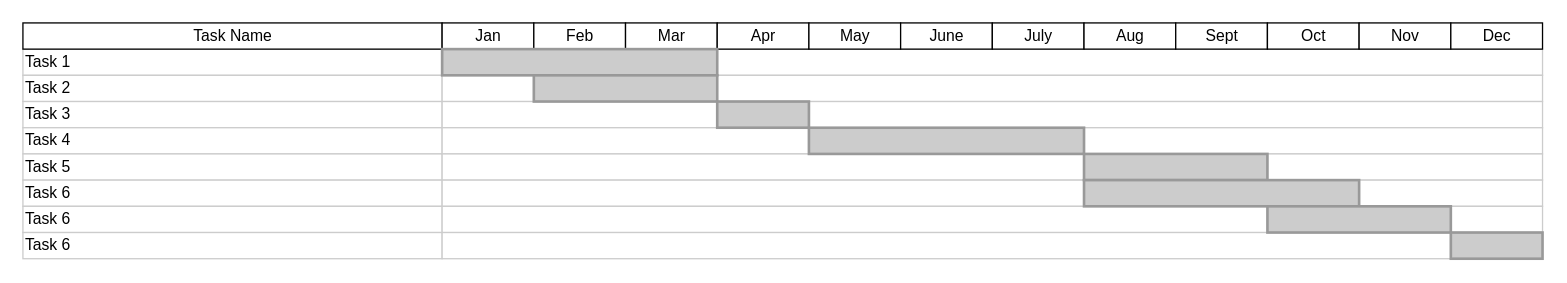
Earlier version of the draw.io diagram 未命名绘图.drawio (ThisisXXZ/catcher-smoke-test). Source tidied: cells renumbered, new cells numbered last; positions are measured from the earlier drawing's top-left corner, leaving out a move shared by most shapes. Both pictures are drawn from the tidied source at 131%, with x=0, y=0 at pixel (22, 22).
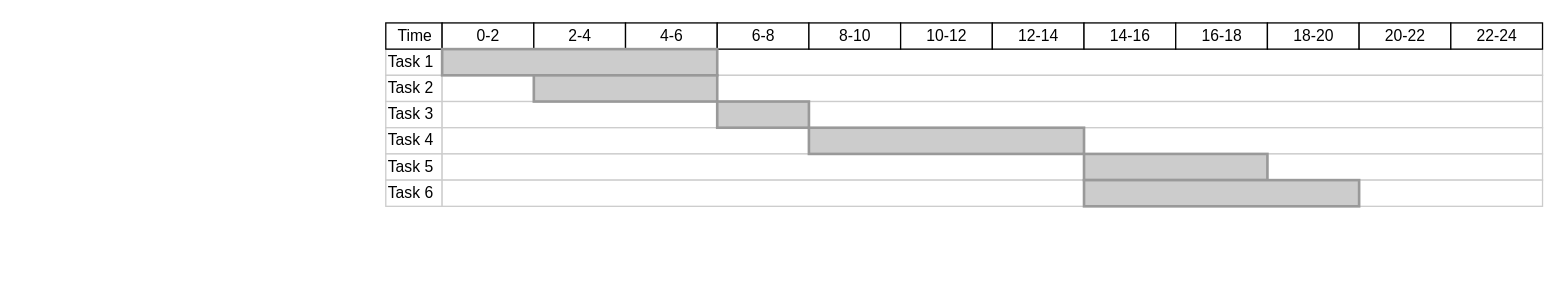
Above is the later version.

Commit message (it also covers changes not shown here):
更新未命名绘图.drawio

Diff of the diagram source:
```diff
@@
     <mxCell id="2" value="Task 1" style="align=left;strokeColor=#CCCCCC;html=1;" parent="1" vertex="1">
-      <mxGeometry y="20" width="320" height="20" as="geometry" />
+      <mxGeometry x="277" y="20" width="43" height="20" as="geometry" />
     </mxCell>
     <mxCell id="3" value="Task 2" style="align=left;strokeColor=#CCCCCC;html=1;" parent="1" vertex="1">
-      <mxGeometry y="40" width="320" height="20" as="geometry" />
+      <mxGeometry x="277" y="40" width="43" height="20" as="geometry" />
     </mxCell>
     <mxCell id="4" value="Task 3" style="align=left;strokeColor=#CCCCCC;html=1;" parent="1" vertex="1">
-      <mxGeometry y="60" width="320" height="20" as="geometry" />
+      <mxGeometry x="277" y="60" width="43" height="20" as="geometry" />
     </mxCell>
     <mxCell id="5" value="Task 4" style="align=left;strokeColor=#CCCCCC;html=1;" parent="1" vertex="1">
-      <mxGeometry y="80" width="320" height="20" as="geometry" />
+      <mxGeometry x="277" y="80" width="43" height="20" as="geometry" />
     </mxCell>
     <mxCell id="6" value="Task 5" style="align=left;strokeColor=#CCCCCC;html=1;" parent="1" vertex="1">
-      <mxGeometry y="100" width="320" height="20" as="geometry" />
+      <mxGeometry x="277" y="100" width="43" height="20" as="geometry" />
     </mxCell>
     <mxCell id="7" value="Task 6" style="align=left;strokeColor=#CCCCCC;html=1;" parent="1" vertex="1">
-      <mxGeometry y="120" width="320" height="20" as="geometry" />
+      <mxGeometry x="277" y="120" width="43" height="20" as="geometry" />
     </mxCell>
-    <mxCell id="8" value="Task Name" style="strokeWidth=1;fontStyle=0;html=1;" parent="1" vertex="1">
-      <mxGeometry width="320" height="20" as="geometry" />
+    <mxCell id="8" value="Time" style="strokeWidth=1;fontStyle=0;html=1;" parent="1" vertex="1">
+      <mxGeometry x="277" width="43" height="20" as="geometry" />
     </mxCell>
-    <mxCell id="9" value="Task 6" style="align=left;strokeColor=#CCCCCC;html=1;" parent="1" vertex="1">
-      <mxGeometry y="140" width="320" height="20" as="geometry" />
-    </mxCell>
-    <mxCell id="10" value="Task 6" style="align=left;strokeColor=#CCCCCC;html=1;" parent="1" vertex="1">
-      <mxGeometry y="160" width="320" height="20" as="geometry" />
-    </mxCell>
@@
-    <mxCell id="12" value="Jan" style="strokeWidth=1;fontStyle=0;html=1;" parent="1" vertex="1">
+    <mxCell id="12" value="0-2" style="strokeWidth=1;fontStyle=0;html=1;" parent="1" vertex="1">
       <mxGeometry x="320" width="70" height="20" as="geometry" />
     </mxCell>
-    <mxCell id="13" value="Feb" style="strokeWidth=1;fontStyle=0;html=1;" parent="1" vertex="1">
+    <mxCell id="13" value="2-4" style="strokeWidth=1;fontStyle=0;html=1;" parent="1" vertex="1">
       <mxGeometry x="390" width="70" height="20" as="geometry" />
     </mxCell>
-    <mxCell id="14" value="Mar" style="strokeWidth=1;fontStyle=0;html=1;" parent="1" vertex="1">
+    <mxCell id="14" value="4-6" style="strokeWidth=1;fontStyle=0;html=1;" parent="1" vertex="1">
       <mxGeometry x="460" width="70" height="20" as="geometry" />
     </mxCell>
-    <mxCell id="15" value="Apr" style="strokeWidth=1;fontStyle=0;html=1;" parent="1" vertex="1">
+    <mxCell id="15" value="6-8" style="strokeWidth=1;fontStyle=0;html=1;" parent="1" vertex="1">
       <mxGeometry x="530" width="70" height="20" as="geometry" />
     </mxCell>
-    <mxCell id="16" value="May" style="strokeWidth=1;fontStyle=0;html=1;" parent="1" vertex="1">
+    <mxCell id="16" value="8-10" style="strokeWidth=1;fontStyle=0;html=1;" parent="1" vertex="1">
       <mxGeometry x="600" width="70" height="20" as="geometry" />
     </mxCell>
-    <mxCell id="17" value="June" style="strokeWidth=1;fontStyle=0;html=1;" parent="1" vertex="1">
+    <mxCell id="17" value="10-12" style="strokeWidth=1;fontStyle=0;html=1;" parent="1" vertex="1">
       <mxGeometry x="670" width="70" height="20" as="geometry" />
     </mxCell>
-    <mxCell id="18" value="July" style="strokeWidth=1;fontStyle=0;html=1;" parent="1" vertex="1">
+    <mxCell id="18" value="12-14" style="strokeWidth=1;fontStyle=0;html=1;" parent="1" vertex="1">
       <mxGeometry x="740" width="70" height="20" as="geometry" />
     </mxCell>
-    <mxCell id="19" value="Aug" style="strokeWidth=1;fontStyle=0;html=1;" parent="1" vertex="1">
+    <mxCell id="19" value="14-16" style="strokeWidth=1;fontStyle=0;html=1;" parent="1" vertex="1">
       <mxGeometry x="810" width="70" height="20" as="geometry" />
     </mxCell>
-    <mxCell id="20" value="Sept" style="strokeWidth=1;fontStyle=0;html=1;" parent="1" vertex="1">
+    <mxCell id="20" value="16-18" style="strokeWidth=1;fontStyle=0;html=1;" parent="1" vertex="1">
       <mxGeometry x="880" width="70" height="20" as="geometry" />
     </mxCell>
-    <mxCell id="21" value="Oct" style="strokeWidth=1;fontStyle=0;html=1;" parent="1" vertex="1">
+    <mxCell id="21" value="18-20" style="strokeWidth=1;fontStyle=0;html=1;" parent="1" vertex="1">
       <mxGeometry x="950" width="70" height="20" as="geometry" />
     </mxCell>
-    <mxCell id="22" value="Nov" style="strokeWidth=1;fontStyle=0;html=1;" parent="1" vertex="1">
+    <mxCell id="22" value="20-22" style="strokeWidth=1;fontStyle=0;html=1;" parent="1" vertex="1">
       <mxGeometry x="1020" width="70" height="20" as="geometry" />
     </mxCell>
-    <mxCell id="23" value="Dec" style="strokeWidth=1;fontStyle=0;html=1;" parent="1" vertex="1">
+    <mxCell id="23" value="22-24" style="strokeWidth=1;fontStyle=0;html=1;" parent="1" vertex="1">
       <mxGeometry x="1090" width="70" height="20" as="geometry" />
     </mxCell>
@@
-    <mxCell id="29" style="align=left;strokeColor=#CCCCCC;html=1;" parent="1" vertex="1">
-      <mxGeometry x="320" y="140" width="840" height="20" as="geometry" />
-    </mxCell>
-    <mxCell id="30" style="align=left;strokeColor=#CCCCCC;html=1;" parent="1" vertex="1">
-      <mxGeometry x="320" y="160" width="840" height="20" as="geometry" />
-    </mxCell>
@@
-    <mxCell id="37" style="whiteSpace=wrap;html=1;strokeWidth=2;fillColor=#CCCCCC;gradientColor=none;fontSize=14;align=center;strokeColor=#999999;" parent="1" vertex="1">
-      <mxGeometry x="950" y="140" width="140" height="20" as="geometry" />
-    </mxCell>
-    <mxCell id="38" style="whiteSpace=wrap;html=1;strokeWidth=2;fillColor=#CCCCCC;gradientColor=none;fontSize=14;align=center;strokeColor=#999999;" parent="1" vertex="1">
-      <mxGeometry x="1090" y="160" width="70" height="20" as="geometry" />
-    </mxCell>
```
